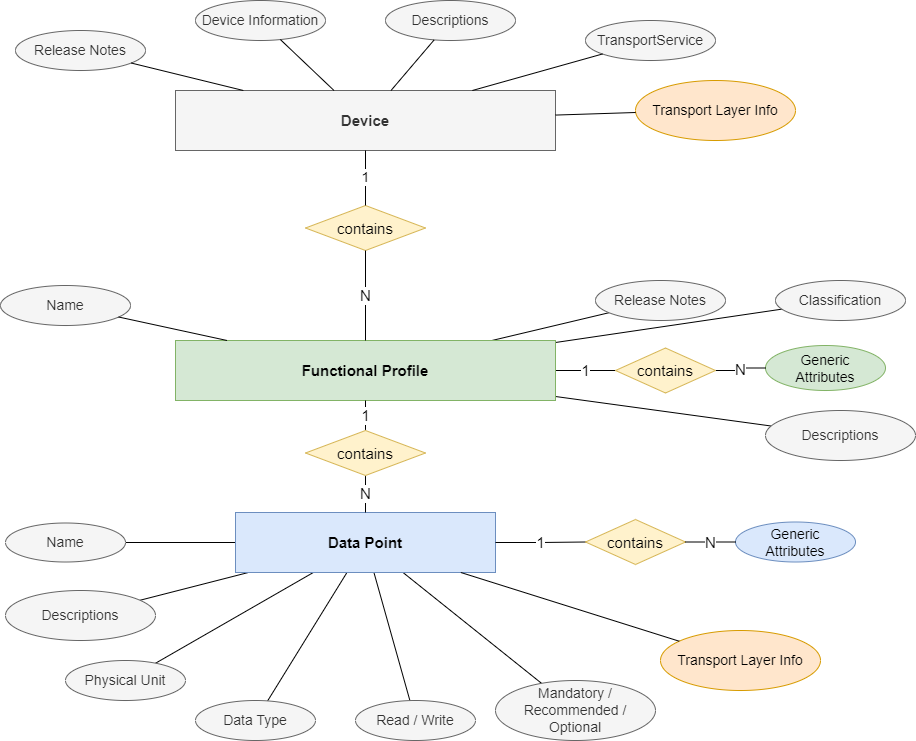
This is doc/product.drawio.png from SmartgridReady/SGrSpecifications, a draw.io export, as it was before one commit. Source tidied: cells renumbered, new cells last; positions are measured from the earlier drawing's top-left corner, leaving out a move shared by most shapes.
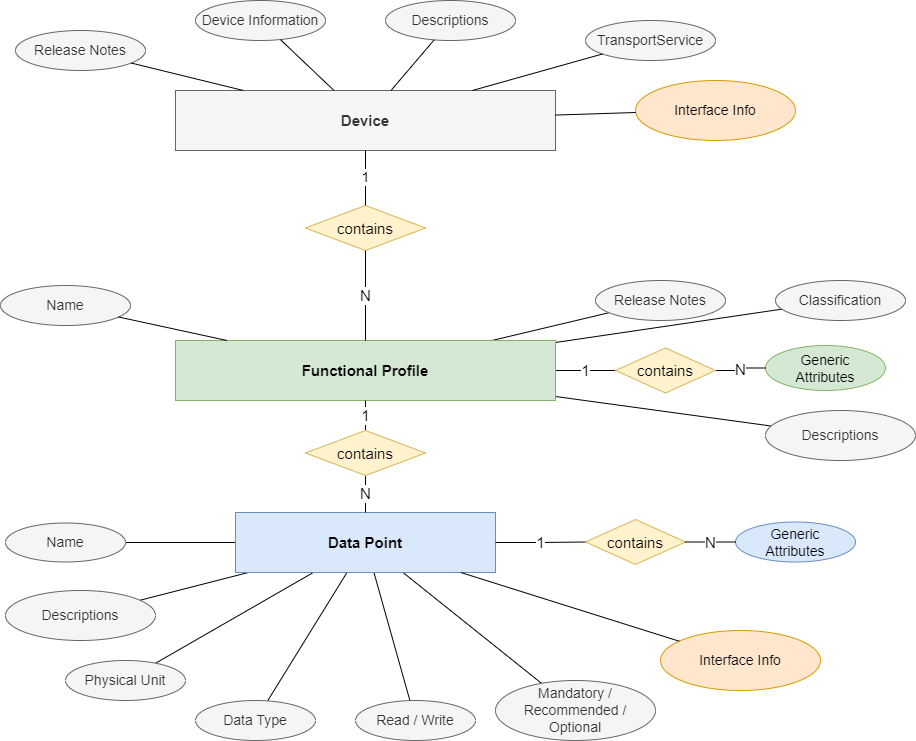
The same file after the commit.

The edit, as a diff of the source:
```diff
@@ -125,13 +125,13 @@
     <mxCell id="42" style="endArrow=none;html=1;rounded=0;fontSize=14;" parent="1" edge="1" source="39" target="36">
       <mxGeometry relative="1" as="geometry" />
     </mxCell>
-    <mxCell id="43" value="Transport Layer Info" style="ellipse;whiteSpace=wrap;html=1;fillColor=#ffe6cc;strokeColor=#d79b00;fontSize=14;" parent="1" vertex="1">
+    <mxCell id="43" value="Interface Info" style="ellipse;whiteSpace=wrap;html=1;fillColor=#ffe6cc;strokeColor=#d79b00;fontSize=14;" parent="1" vertex="1">
       <mxGeometry x="660" y="630" width="160" height="60" as="geometry" />
     </mxCell>
     <mxCell id="44" style="endArrow=none;html=1;rounded=0;fontSize=14;" parent="1" edge="1" source="16" target="43">
       <mxGeometry relative="1" as="geometry" />
     </mxCell>
-    <mxCell id="45" value="Transport Layer Info" style="ellipse;whiteSpace=wrap;html=1;fillColor=#ffe6cc;strokeColor=#d79b00;fontSize=14;" parent="1" vertex="1">
+    <mxCell id="45" value="Interface Info" style="ellipse;whiteSpace=wrap;html=1;fillColor=#ffe6cc;strokeColor=#d79b00;fontSize=14;" parent="1" vertex="1">
       <mxGeometry x="635" y="80" width="160" height="60" as="geometry" />
     </mxCell>
     <mxCell id="46" style="endArrow=none;html=1;rounded=0;fontSize=14;" parent="1" edge="1" source="45" target="36">
```
